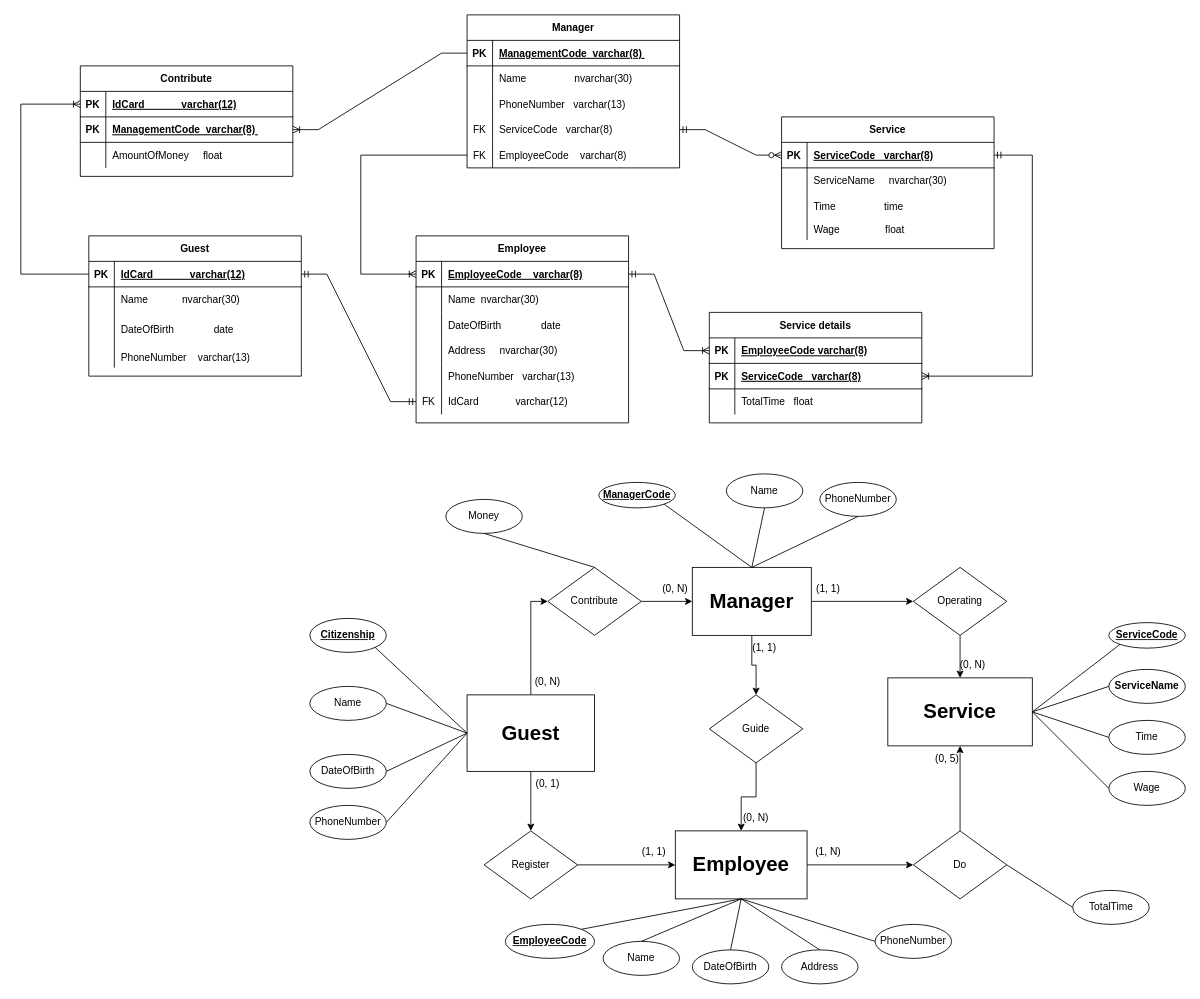
This is Biểu đồ không có tiêu đề.drawio from ducvu25/1, a draw.io file, before an edit. Source tidied: cells renumbered, new cells numbered last; positions are measured from the earlier drawing's top-left corner, leaving out a move shared by most shapes. Both pictures are drawn from the tidied source at 85%, with x=0, y=0 at pixel (20, 14).
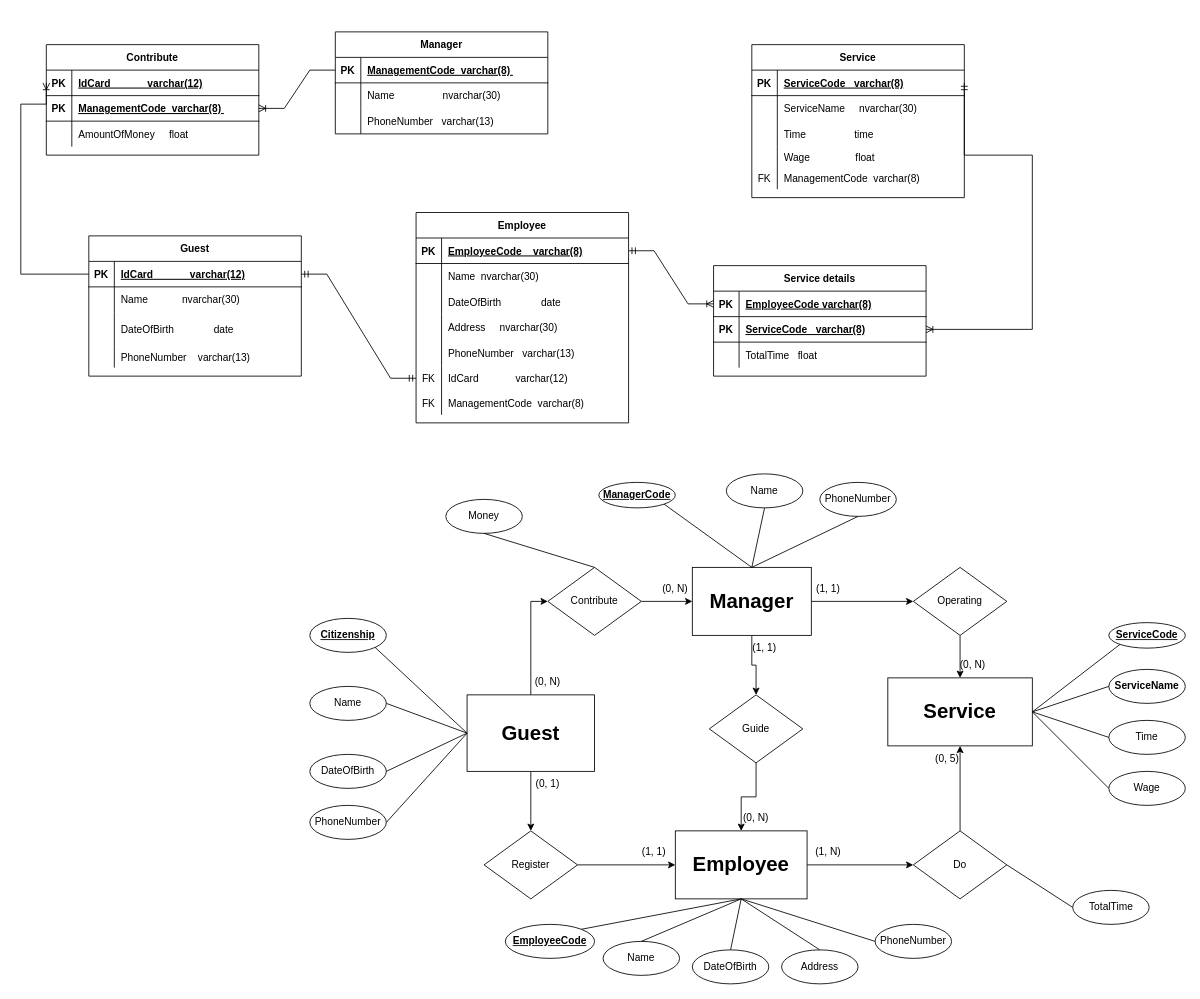
The same diagram, later.

Commit message:
Cập nhật Biểu đồ không có tiêu đề.drawio

Unchanged cells that the change refers to:
```xml
<mxCell id="3" style="shape=partialRectangle;fillColor=none;points=[[0,0.5],[1,0.5]];portConstraint=eastwest;top=0;left=0;right=0;bottom=1;" parent="2" vertex="1">
  <mxGeometry y="30" width="250" height="30" as="geometry" />
</mxCell>
<mxCell id="22" style="shape=partialRectangle;fillColor=none;points=[[0,0.5],[1,0.5]];portConstraint=eastwest;top=0;left=0;right=0;bottom=1;" parent="21" vertex="1">
  <mxGeometry y="30" width="250" height="30" as="geometry" />
</mxCell>
<mxCell id="151" style="shape=partialRectangle;fillColor=none;points=[[0,0.5],[1,0.5]];portConstraint=eastwest;top=0;left=0;right=0;bottom=1;" parent="147" vertex="1">
  <mxGeometry y="60" width="250" height="30" as="geometry" />
</mxCell>
```

Diff of the diagram source:
```diff
@@
     <mxCell id="2" value="Employee" style="shape=table;startSize=30;childLayout=tableLayout;rowLines=0;fontStyle=1;align=center;" parent="1" vertex="1">
-      <mxGeometry x="465" y="260" width="250" height="220" as="geometry" />
+      <mxGeometry x="465" y="232.5" width="250" height="247.5" as="geometry" />
     </mxCell>
@@
+    <mxCell id="157" style="shape=partialRectangle;fillColor=none;top=0;left=0;right=0;bottom=0;" parent="2" vertex="1">
+      <mxGeometry y="210" width="250" height="28" as="geometry" />
+    </mxCell>
+    <mxCell id="158" value="FK" style="shape=partialRectangle;overflow=hidden;fillColor=none;top=0;left=0;bottom=0;right=0;" parent="157" vertex="1">
+      <mxGeometry width="30" height="28" as="geometry" />
+    </mxCell>
+    <mxCell id="159" value="ManagementCode  varchar(8) " style="shape=partialRectangle;overflow=hidden;fillColor=none;top=0;left=0;bottom=0;right=0;align=left;spacingLeft=6;fontStyle=0;" parent="157" vertex="1">
+      <mxGeometry x="30" width="220" height="28" as="geometry" />
+    </mxCell>
     <mxCell id="21" value="Service" style="shape=table;startSize=30;childLayout=tableLayout;rowLines=0;fontStyle=1;align=center;" parent="1" vertex="1">
-      <mxGeometry x="895" y="120" width="250" height="155" as="geometry" />
+      <mxGeometry x="860" y="35" width="250" height="180" as="geometry" />
     </mxCell>
@@
+    <mxCell id="160" style="shape=partialRectangle;fillColor=none;top=0;left=0;right=0;bottom=0;" parent="21" vertex="1">
+      <mxGeometry y="145" width="250" height="25" as="geometry" />
+    </mxCell>
+    <mxCell id="161" value="FK" style="shape=partialRectangle;overflow=hidden;fillColor=none;top=0;left=0;bottom=0;right=0;" parent="160" vertex="1">
+      <mxGeometry width="30" height="25" as="geometry" />
+    </mxCell>
+    <mxCell id="162" value="ManagementCode  varchar(8) " style="shape=partialRectangle;overflow=hidden;fillColor=none;top=0;left=0;bottom=0;right=0;align=left;spacingLeft=6;" parent="160" vertex="1">
+      <mxGeometry x="30" width="220" height="25" as="geometry" />
+    </mxCell>
     <mxCell id="34" value="Manager" style="shape=table;startSize=30;childLayout=tableLayout;rowLines=0;fontStyle=1;align=center;" parent="1" vertex="1">
-      <mxGeometry x="525" width="250" height="180" as="geometry" />
+      <mxGeometry x="370" y="20" width="250" height="120" as="geometry" />
     </mxCell>
@@
-    <mxCell id="44" style="shape=partialRectangle;fillColor=none;points=[[0,0.5],[1,0.5]];portConstraint=eastwest;top=0;left=0;right=0;bottom=0;" parent="34" vertex="1">
-      <mxGeometry y="120" width="250" height="30" as="geometry" />
-    </mxCell>
-    <mxCell id="45" value="FK" style="shape=partialRectangle;overflow=hidden;fillColor=none;top=0;left=0;bottom=0;right=0;" parent="44" vertex="1">
-      <mxGeometry width="30" height="30" as="geometry" />
-    </mxCell>
-    <mxCell id="46" value="ServiceCode   varchar(8)" style="shape=partialRectangle;overflow=hidden;fillColor=none;top=0;left=0;bottom=0;right=0;align=left;spacingLeft=6;" parent="44" vertex="1">
-      <mxGeometry x="30" width="220" height="30" as="geometry" />
-    </mxCell>
-    <mxCell id="47" style="shape=partialRectangle;fillColor=none;points=[[0,0.5],[1,0.5]];portConstraint=eastwest;top=0;left=0;right=0;bottom=0;" parent="34" vertex="1">
-      <mxGeometry y="150" width="250" height="30" as="geometry" />
-    </mxCell>
-    <mxCell id="48" value="FK" style="shape=partialRectangle;overflow=hidden;fillColor=none;top=0;left=0;bottom=0;right=0;" parent="47" vertex="1">
-      <mxGeometry width="30" height="30" as="geometry" />
-    </mxCell>
-    <mxCell id="49" value="EmployeeCode    varchar(8)" style="shape=partialRectangle;overflow=hidden;fillColor=none;top=0;left=0;bottom=0;right=0;align=left;spacingLeft=6;fontStyle=0;" parent="47" vertex="1">
-      <mxGeometry x="30" width="220" height="30" as="geometry" />
-    </mxCell>
@@
     <mxCell id="119" value="Contribute" style="shape=table;startSize=30;childLayout=tableLayout;rowLines=0;fontStyle=1;align=center;" parent="1" vertex="1">
-      <mxGeometry x="70" y="60" width="250" height="130" as="geometry" />
+      <mxGeometry x="30" y="35" width="250" height="130" as="geometry" />
     </mxCell>
@@
-    <mxCell id="136" style="edgeStyle=orthogonalEdgeStyle;fontSize=12;html=1;endArrow=ERoneToMany;rounded=0;exitX=0;exitY=0.5;exitDx=0;exitDy=0;entryX=0;entryY=0.5;entryDx=0;entryDy=0;" parent="1" edge="1" source="47" target="3">
-      <mxGeometry relative="1" as="geometry">
-        <Array as="points">
-          <mxPoint x="400" y="165" />
-          <mxPoint x="400" y="305" />
-        </Array>
-      </mxGeometry>
-    </mxCell>
@@
-    <mxCell id="140" style="edgeStyle=entityRelationEdgeStyle;fontSize=12;html=1;endArrow=ERzeroToMany;startArrow=ERmandOne;rounded=0;entryX=0;entryY=0.5;entryDx=0;entryDy=0;exitX=1;exitY=0.5;exitDx=0;exitDy=0;" parent="1" edge="1" source="44" target="22">
-      <mxGeometry relative="1" as="geometry" />
-    </mxCell>
     <mxCell id="141" style="edgeStyle=orthogonalEdgeStyle;fontSize=12;html=1;endArrow=ERoneToMany;startArrow=ERmandOne;rounded=0;entryX=1;entryY=0.5;entryDx=0;entryDy=0;exitX=1;exitY=0.5;exitDx=0;exitDy=0;" parent="1" edge="1" source="22" target="151">
       <mxGeometry relative="1" as="geometry">
         <Array as="points">
+          <mxPoint x="1110" y="165" />
           <mxPoint x="1190" y="165" />
-          <mxPoint x="1190" y="425" />
+          <mxPoint x="1190" y="370" />
         </Array>
       </mxGeometry>
     </mxCell>
@@
     <mxCell id="147" value="Service details" style="shape=table;startSize=30;childLayout=tableLayout;rowLines=0;fontStyle=1;align=center;" parent="1" vertex="1">
-      <mxGeometry x="810" y="350" width="250" height="130" as="geometry" />
+      <mxGeometry x="815" y="295" width="250" height="130" as="geometry" />
     </mxCell>
```
